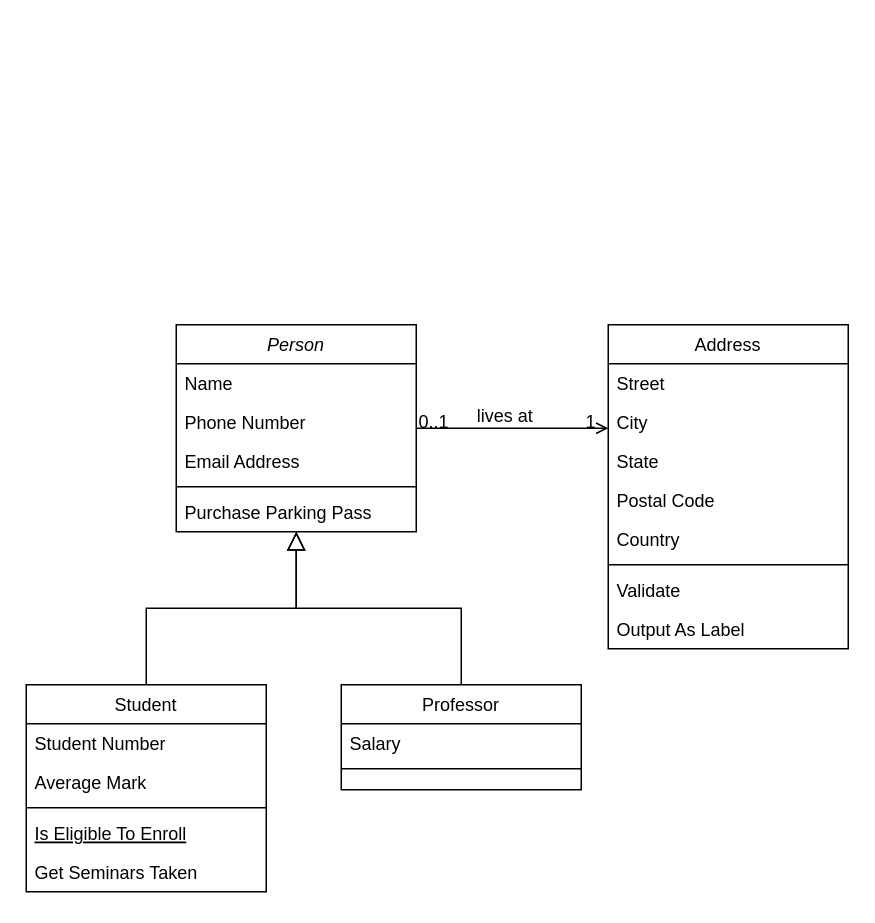
Earlier version of the draw.io diagram dataClassModels/DataClassModelsTCC.drawio (luca-moraes/relatorioParcialTCC). Source tidied: cells renumbered, new cells numbered last; positions are measured from the earlier drawing's top-left corner, leaving out a move shared by most shapes. Both pictures are drawn from the tidied source at 150%, with x=0, y=0 at pixel (26, 324).
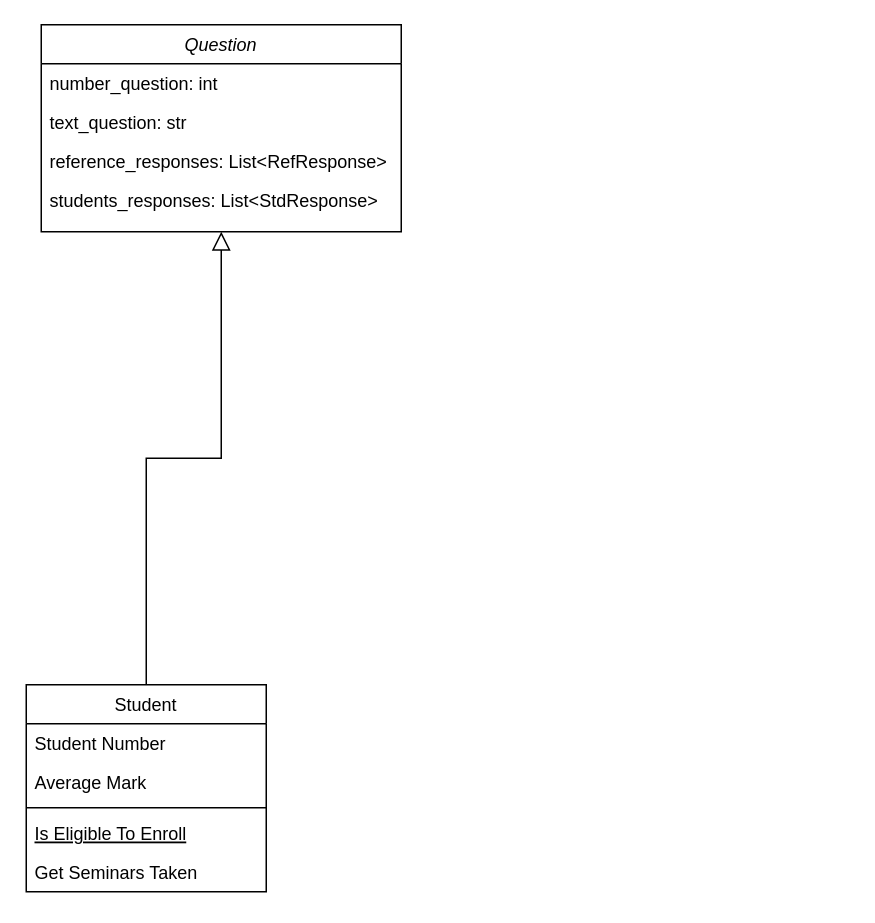
After the change.

Change to the diagram source:
```diff
@@
-    <mxCell id="2" value="Person" style="swimlane;fontStyle=2;align=center;verticalAlign=top;horizontal=1;startSize=26;rounded=0;shadow=0;strokeWidth=1;" parent="1" vertex="1">
-      <mxGeometry x="100" width="160" height="138" as="geometry" />
+    <mxCell id="2" value="Question" style="swimlane;fontStyle=2;align=center;verticalAlign=top;horizontal=1;startSize=26;rounded=0;shadow=0;strokeWidth=1;" parent="1" vertex="1">
+      <mxGeometry x="10" y="-200" width="240" height="138" as="geometry" />
     </mxCell>
-    <mxCell id="3" value="Name" style="text;align=left;verticalAlign=top;spacingLeft=4;spacingRight=4;overflow=hidden;" parent="2" vertex="1">
-      <mxGeometry y="26" width="160" height="26" as="geometry" />
+    <mxCell id="3" value="number_question: int" style="text;align=left;verticalAlign=top;spacingLeft=4;spacingRight=4;overflow=hidden;" parent="2" vertex="1">
+      <mxGeometry y="26" width="240" height="26" as="geometry" />
     </mxCell>
-    <mxCell id="4" value="Phone Number" style="text;align=left;verticalAlign=top;spacingLeft=4;spacingRight=4;overflow=hidden;rounded=0;shadow=0;html=0;" parent="2" vertex="1">
-      <mxGeometry y="52" width="160" height="26" as="geometry" />
+    <mxCell id="4" value="text_question: str" style="text;align=left;verticalAlign=top;spacingLeft=4;spacingRight=4;overflow=hidden;rounded=0;shadow=0;html=0;" parent="2" vertex="1">
+      <mxGeometry y="52" width="240" height="26" as="geometry" />
     </mxCell>
-    <mxCell id="5" value="Email Address" style="text;align=left;verticalAlign=top;spacingLeft=4;spacingRight=4;overflow=hidden;rounded=0;shadow=0;html=0;" parent="2" vertex="1">
-      <mxGeometry y="78" width="160" height="26" as="geometry" />
+    <mxCell id="5" value="reference_responses: List&lt;RefResponse&gt;" style="text;align=left;verticalAlign=top;spacingLeft=4;spacingRight=4;overflow=hidden;rounded=0;shadow=0;html=0;" parent="2" vertex="1">
+      <mxGeometry y="78" width="240" height="26" as="geometry" />
     </mxCell>
-    <mxCell id="6" style="line;html=1;strokeWidth=1;align=left;verticalAlign=middle;spacingTop=-1;spacingLeft=3;spacingRight=3;labelPosition=right;" parent="2" vertex="1">
-      <mxGeometry y="104" width="160" height="8" as="geometry" />
-    </mxCell>
-    <mxCell id="7" value="Purchase Parking Pass" style="text;align=left;verticalAlign=top;spacingLeft=4;spacingRight=4;overflow=hidden;" parent="2" vertex="1">
-      <mxGeometry y="112" width="160" height="26" as="geometry" />
-    </mxCell>
+    <mxCell id="32" value="students_responses: List&lt;StdResponse&gt;" style="text;align=left;verticalAlign=top;spacingLeft=4;spacingRight=4;overflow=hidden;rounded=0;shadow=0;html=0;" parent="2" vertex="1">
+      <mxGeometry y="104" width="240" height="26" as="geometry" />
+    </mxCell>
@@
-    <mxCell id="15" value="Professor" style="swimlane;fontStyle=0;align=center;verticalAlign=top;horizontal=1;startSize=26;rounded=0;shadow=0;strokeWidth=1;" parent="1" vertex="1">
-      <mxGeometry x="210" y="240" width="160" height="70" as="geometry" />
-    </mxCell>
-    <mxCell id="16" value="Salary" style="text;align=left;verticalAlign=top;spacingLeft=4;spacingRight=4;overflow=hidden;" parent="15" vertex="1">
-      <mxGeometry y="26" width="160" height="26" as="geometry" />
-    </mxCell>
-    <mxCell id="17" style="line;html=1;strokeWidth=1;align=left;verticalAlign=middle;spacingTop=-1;spacingLeft=3;spacingRight=3;labelPosition=right;" parent="15" vertex="1">
-      <mxGeometry y="52" width="160" height="8" as="geometry" />
-    </mxCell>
-    <mxCell id="18" style="endArrow=block;endSize=10;endFill=0;shadow=0;strokeWidth=1;rounded=0;curved=0;edgeStyle=elbowEdgeStyle;elbow=vertical;" parent="1" edge="1" source="15" target="2">
-      <mxGeometry relative="1" as="geometry" />
-    </mxCell>
-    <mxCell id="19" value="Address" style="swimlane;fontStyle=0;align=center;verticalAlign=top;horizontal=1;startSize=26;rounded=0;shadow=0;strokeWidth=1;" parent="1" vertex="1">
-      <mxGeometry x="388" width="160" height="216" as="geometry" />
-    </mxCell>
-    <mxCell id="20" value="Street" style="text;align=left;verticalAlign=top;spacingLeft=4;spacingRight=4;overflow=hidden;" parent="19" vertex="1">
-      <mxGeometry y="26" width="160" height="26" as="geometry" />
-    </mxCell>
-    <mxCell id="21" value="City" style="text;align=left;verticalAlign=top;spacingLeft=4;spacingRight=4;overflow=hidden;rounded=0;shadow=0;html=0;" parent="19" vertex="1">
-      <mxGeometry y="52" width="160" height="26" as="geometry" />
-    </mxCell>
-    <mxCell id="22" value="State" style="text;align=left;verticalAlign=top;spacingLeft=4;spacingRight=4;overflow=hidden;rounded=0;shadow=0;html=0;" parent="19" vertex="1">
-      <mxGeometry y="78" width="160" height="26" as="geometry" />
-    </mxCell>
-    <mxCell id="23" value="Postal Code" style="text;align=left;verticalAlign=top;spacingLeft=4;spacingRight=4;overflow=hidden;rounded=0;shadow=0;html=0;" parent="19" vertex="1">
-      <mxGeometry y="104" width="160" height="26" as="geometry" />
-    </mxCell>
-    <mxCell id="24" value="Country" style="text;align=left;verticalAlign=top;spacingLeft=4;spacingRight=4;overflow=hidden;rounded=0;shadow=0;html=0;" parent="19" vertex="1">
-      <mxGeometry y="130" width="160" height="26" as="geometry" />
-    </mxCell>
-    <mxCell id="25" style="line;html=1;strokeWidth=1;align=left;verticalAlign=middle;spacingTop=-1;spacingLeft=3;spacingRight=3;labelPosition=right;" parent="19" vertex="1">
-      <mxGeometry y="156" width="160" height="8" as="geometry" />
-    </mxCell>
-    <mxCell id="26" value="Validate" style="text;align=left;verticalAlign=top;spacingLeft=4;spacingRight=4;overflow=hidden;" parent="19" vertex="1">
-      <mxGeometry y="164" width="160" height="26" as="geometry" />
-    </mxCell>
-    <mxCell id="27" value="Output As Label" style="text;align=left;verticalAlign=top;spacingLeft=4;spacingRight=4;overflow=hidden;" parent="19" vertex="1">
-      <mxGeometry y="190" width="160" height="26" as="geometry" />
-    </mxCell>
-    <mxCell id="28" style="endArrow=open;shadow=0;strokeWidth=1;rounded=0;curved=0;endFill=1;edgeStyle=elbowEdgeStyle;elbow=vertical;" parent="1" edge="1" source="2" target="19">
-      <mxGeometry x="0.5" y="41" relative="1" as="geometry">
-        <mxPoint x="-40" y="32" as="offset" />
-      </mxGeometry>
-    </mxCell>
-    <mxCell id="29" value="0..1" style="align=left;verticalAlign=bottom;labelBackgroundColor=none;fontSize=12;" parent="28" vertex="1">
-      <mxGeometry x="-1" relative="1" as="geometry">
-        <mxPoint y="4" as="offset" />
-      </mxGeometry>
-    </mxCell>
-    <mxCell id="30" value="1" style="align=right;verticalAlign=bottom;labelBackgroundColor=none;fontSize=12;" parent="28" vertex="1">
-      <mxGeometry x="1" relative="1" as="geometry">
-        <mxPoint x="-7" y="4" as="offset" />
-      </mxGeometry>
-    </mxCell>
-    <mxCell id="31" value="lives at" style="text;html=1;align=center;verticalAlign=middle;labelBackgroundColor=none;rounded=0;shadow=0;strokeWidth=1;fontSize=12;" parent="28" vertex="1">
-      <mxGeometry x="0.5" y="49" relative="1" as="geometry">
-        <mxPoint x="-38" y="40" as="offset" />
-      </mxGeometry>
-    </mxCell>
```
